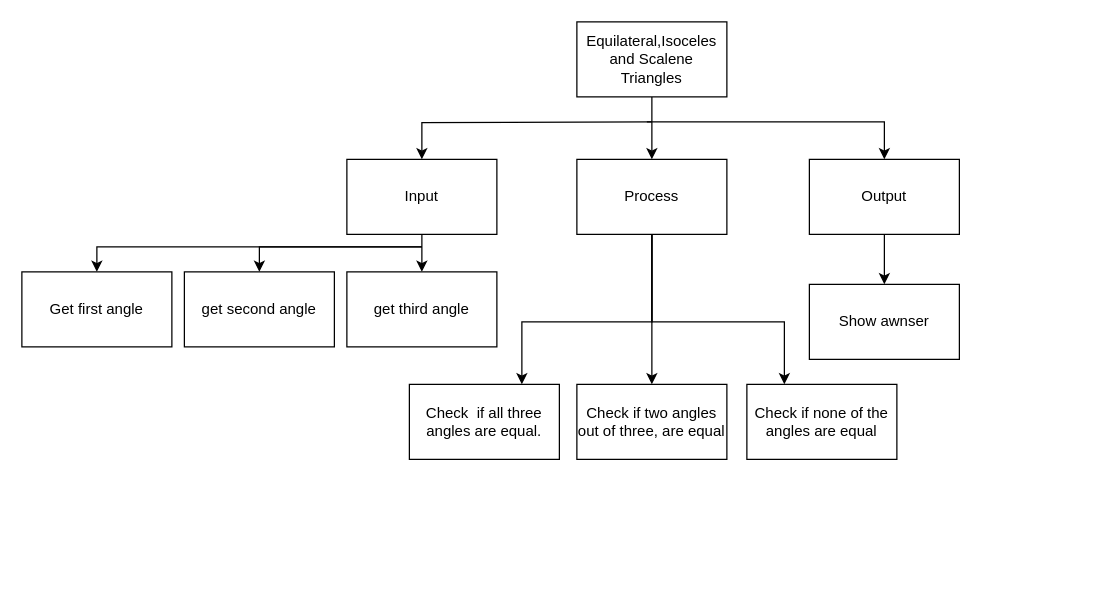
This is design/top_down.drawio from Emmanuel-Fofeyin/ICS3U-assignment4-Python, a draw.io file, before an edit. Source tidied: cells renumbered, new cells numbered last; positions are measured from the earlier drawing's top-left corner, leaving out a move shared by most shapes. Both pictures are drawn from the tidied source at 125%, with x=0, y=0 at pixel (21, 21).
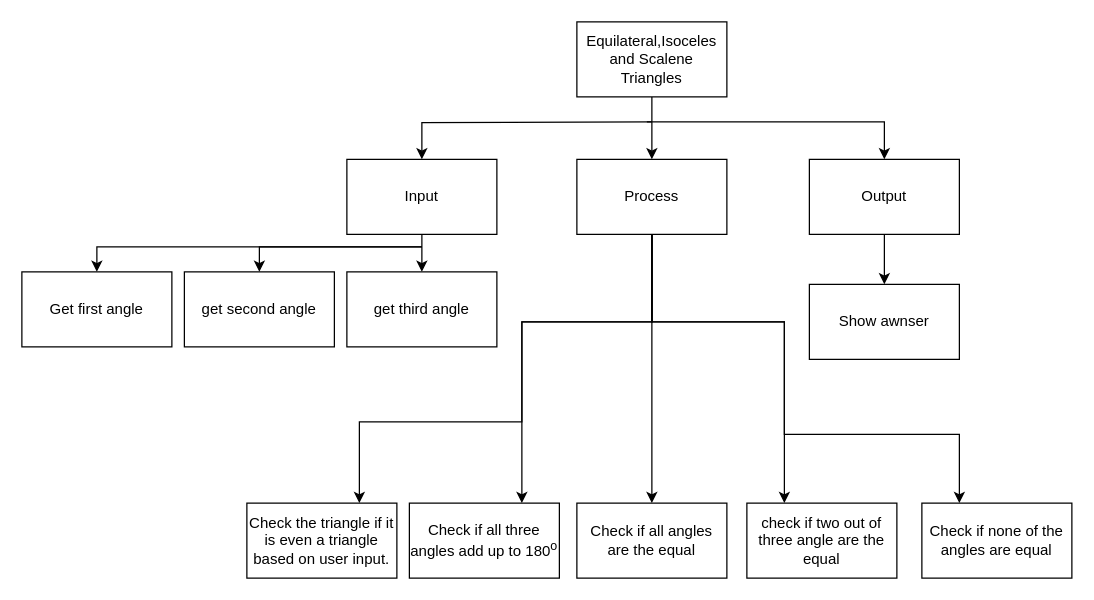
The same page after the edit.

Unchanged cells that the change refers to:
```xml
<mxCell id="6" value="Process" style="rounded=0;whiteSpace=wrap;html=1;" parent="1" vertex="1">
  <mxGeometry x="444" y="110" width="120" height="60" as="geometry" />
</mxCell>
```

What changed in the source:
```diff
@@
+    <mxCell id="23" style="edgeStyle=none;html=1;entryX=0.25;entryY=0;entryDx=0;entryDy=0;rounded=0;" parent="1" edge="1" source="6" target="25">
+      <mxGeometry relative="1" as="geometry">
+        <Array as="points">
+          <mxPoint x="504" y="240" />
+          <mxPoint x="610" y="240" />
+          <mxPoint x="610" y="330" />
+          <mxPoint x="750" y="330" />
+        </Array>
+      </mxGeometry>
+    </mxCell>
+    <mxCell id="24" style="edgeStyle=none;rounded=0;html=1;entryX=0.75;entryY=0;entryDx=0;entryDy=0;" parent="1" edge="1" source="6" target="26">
+      <mxGeometry relative="1" as="geometry">
+        <Array as="points">
+          <mxPoint x="504" y="240" />
+          <mxPoint x="400" y="240" />
+          <mxPoint x="400" y="320" />
+          <mxPoint x="270" y="320" />
+        </Array>
+      </mxGeometry>
+    </mxCell>
@@
-    <mxCell id="16" value="Check if two angles out of three, are equal" style="rounded=0;whiteSpace=wrap;html=1;" parent="1" vertex="1">
-      <mxGeometry x="444" y="290" width="120" height="60" as="geometry" />
+    <mxCell id="16" value="Check if all angles are the equal" style="rounded=0;whiteSpace=wrap;html=1;" parent="1" vertex="1">
+      <mxGeometry x="444" y="385" width="120" height="60" as="geometry" />
     </mxCell>
@@
-    <mxCell id="18" value="Check&amp;nbsp; if all three angles are equal." style="rounded=0;whiteSpace=wrap;html=1;" parent="1" vertex="1">
-      <mxGeometry x="310" y="290" width="120" height="60" as="geometry" />
+    <mxCell id="18" value="Check if all three angles add up to 180&lt;sup&gt;o&lt;/sup&gt;" style="rounded=0;whiteSpace=wrap;html=1;" parent="1" vertex="1">
+      <mxGeometry x="310" y="385" width="120" height="60" as="geometry" />
     </mxCell>
@@
-    <mxCell id="21" value="Check if none of the angles are equal" style="rounded=0;whiteSpace=wrap;html=1;" parent="1" vertex="1">
-      <mxGeometry x="580" y="290" width="120" height="60" as="geometry" />
+    <mxCell id="21" value="check if two out of three angle are the equal" style="rounded=0;whiteSpace=wrap;html=1;" parent="1" vertex="1">
+      <mxGeometry x="580" y="385" width="120" height="60" as="geometry" />
     </mxCell>
@@
+    <mxCell id="25" value="Check if none of the angles are equal" style="rounded=0;whiteSpace=wrap;html=1;" parent="1" vertex="1">
+      <mxGeometry x="720" y="385" width="120" height="60" as="geometry" />
+    </mxCell>
+    <mxCell id="26" value="Check the triangle if it is even a triangle based on user input." style="rounded=0;whiteSpace=wrap;html=1;" parent="1" vertex="1">
+      <mxGeometry x="180" y="385" width="120" height="60" as="geometry" />
+    </mxCell>
```
